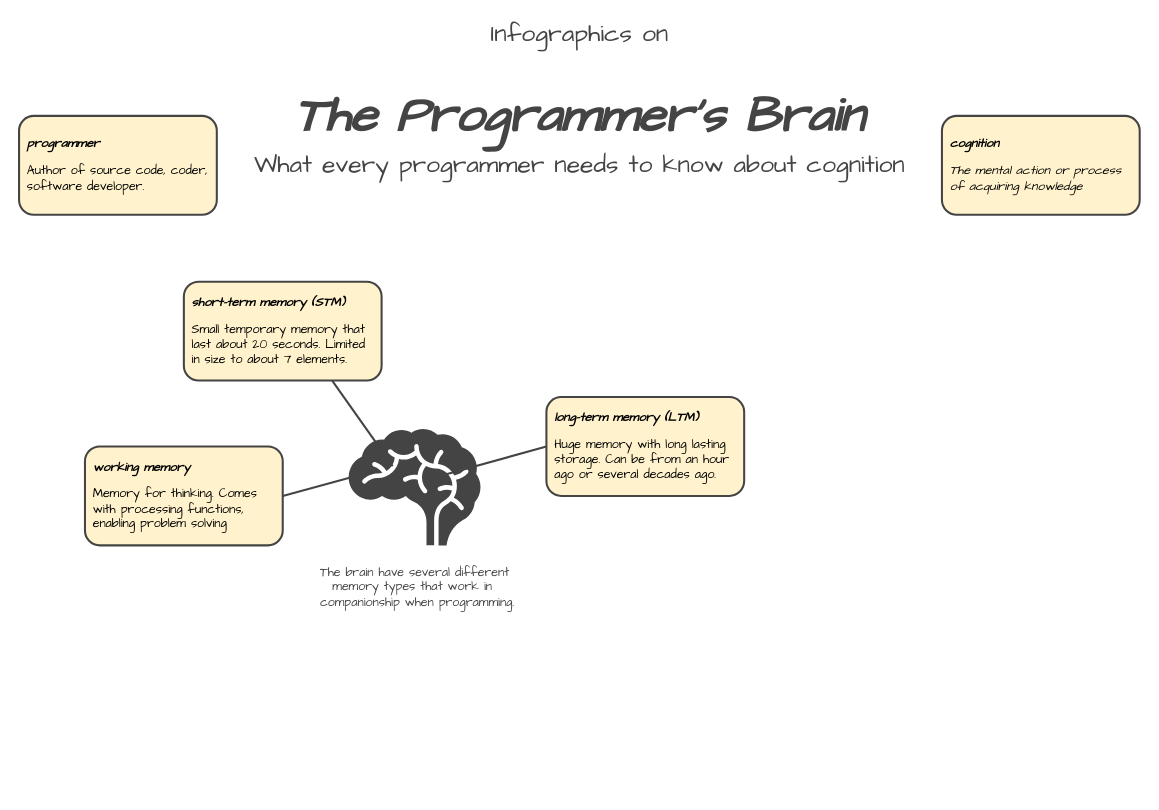
This is the-programmers-brain-info-grahics.drawio from HenrikSamuelsson/reading-the-programmers-brain, a draw.io file, before an edit. Source tidied: cells renumbered, new cells numbered last; positions are measured from the earlier drawing's top-left corner, leaving out a move shared by most shapes. Both pictures are drawn from the tidied source at 103%, with x=0, y=0 at pixel (19, 18).
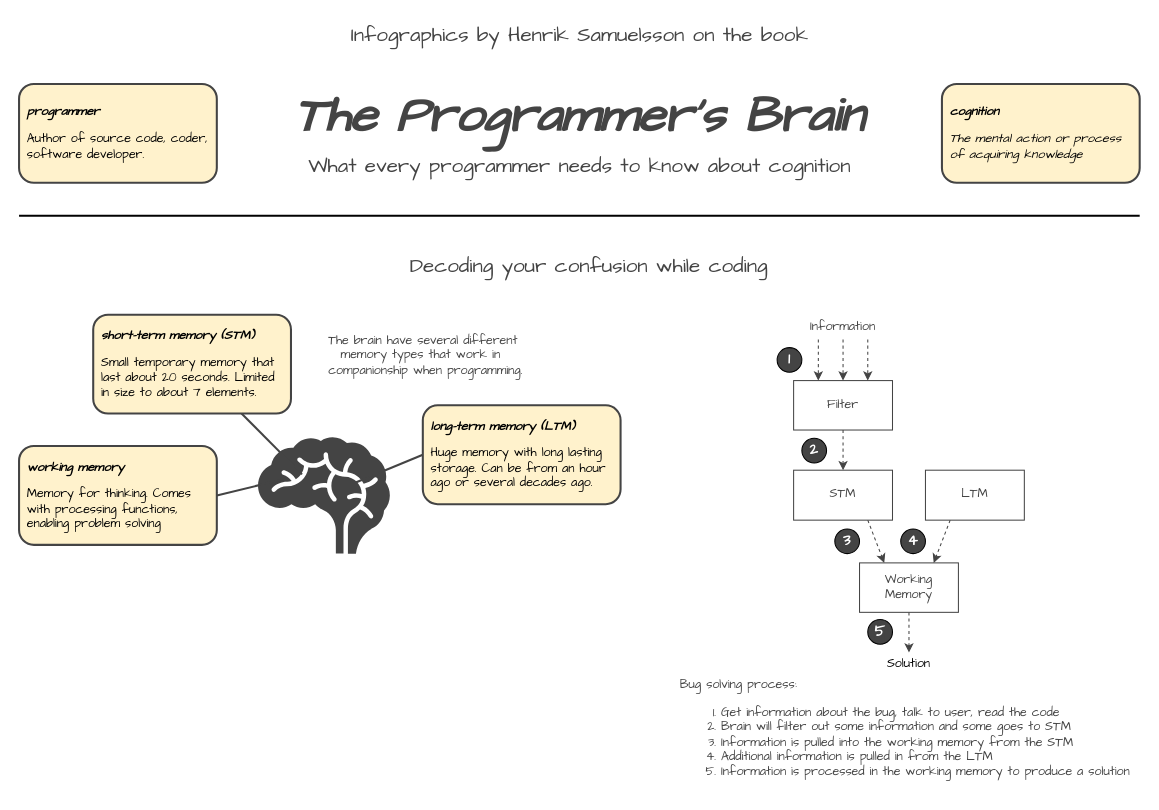
The same diagram, later.

What changed in the source:
```diff
@@
-    <mxCell id="2" value="&lt;span style=&quot;font-style: normal;&quot;&gt;Infographics on&lt;/span&gt;" style="text;html=1;strokeColor=none;fillColor=none;align=center;verticalAlign=middle;rounded=0;labelBackgroundColor=none;fontFamily=Comic Sans MS;fontSize=24;fontColor=#444444;fontStyle=2;" parent="1" vertex="1">
+    <mxCell id="2" value="&lt;span style=&quot;font-style: normal; font-size: 20px;&quot;&gt;Infographics by Henrik Samuelsson on the book&lt;/span&gt;" style="text;html=1;strokeColor=none;fillColor=none;align=center;verticalAlign=middle;rounded=0;labelBackgroundColor=none;fontFamily=Comic Sans MS;fontSize=20;fontColor=#444444;fontStyle=2;" parent="1" vertex="1">
       <mxGeometry width="1088" height="32" as="geometry" />
     </mxCell>
@@
-    <mxCell id="4" value="What every programmer needs to know about cognition" style="text;html=1;strokeColor=none;fillColor=none;align=center;verticalAlign=middle;rounded=0;labelBackgroundColor=none;fontFamily=Comic Sans MS;fontSize=24;fontColor=#444444;fontStyle=0;" parent="1" vertex="1">
+    <mxCell id="4" value="What every programmer needs to know about cognition" style="text;html=1;strokeColor=none;fillColor=none;align=center;verticalAlign=middle;rounded=0;labelBackgroundColor=none;fontFamily=Comic Sans MS;fontSize=20;fontColor=#444444;fontStyle=0;" parent="1" vertex="1">
       <mxGeometry x="224" y="127" width="640" height="32" as="geometry" />
     </mxCell>
     <mxCell id="5" value="&lt;p style=&quot;line-height: 120%;&quot;&gt;&lt;b&gt;&lt;i&gt;programmer&lt;/i&gt;&lt;/b&gt;&lt;/p&gt;&lt;p style=&quot;line-height: 120%;&quot;&gt;Author of source code, coder, software developer.&lt;/p&gt;" style="rounded=1;whiteSpace=wrap;html=1;labelBackgroundColor=none;fontFamily=Comic Sans MS;fontSize=12;strokeColor=#444444;shadow=0;align=left;spacing=8;fillColor=#fff2cc;verticalAlign=middle;strokeWidth=2;" parent="1" vertex="1">
-      <mxGeometry y="95" width="192" height="96" as="geometry" />
+      <mxGeometry y="64" width="192" height="96" as="geometry" />
     </mxCell>
     <mxCell id="6" value="&lt;p style=&quot;line-height: 120%;&quot;&gt;&lt;b&gt;&lt;i&gt;cognition&lt;/i&gt;&lt;/b&gt;&lt;/p&gt;&lt;p style=&quot;line-height: 120%;&quot;&gt;&lt;i&gt;The mental action or process of acquiring knowledge&lt;/i&gt;&lt;/p&gt;" style="rounded=1;whiteSpace=wrap;html=1;labelBackgroundColor=none;fontFamily=Comic Sans MS;fontSize=12;strokeColor=#444444;shadow=0;align=left;spacing=8;fillColor=#fff2cc;verticalAlign=middle;strokeWidth=2;" parent="1" vertex="1">
-      <mxGeometry x="896" y="95" width="192" height="96" as="geometry" />
+      <mxGeometry x="896" y="64" width="192" height="96" as="geometry" />
     </mxCell>
     <mxCell id="7" style="shape=mxgraph.signs.healthcare.brain;html=1;fillColor=#444444;strokeColor=none;verticalLabelPosition=bottom;verticalAlign=top;align=center;fontColor=#CCE5FB;" parent="1" vertex="1">
-      <mxGeometry x="320" y="399" width="128" height="113" as="geometry" />
+      <mxGeometry x="232" y="407" width="128" height="113" as="geometry" />
     </mxCell>
@@
     <mxCell id="9" value="&lt;p style=&quot;line-height: 120%;&quot;&gt;&lt;b&gt;&lt;i&gt;long-term memory (LTM)&lt;/i&gt;&lt;/b&gt;&lt;/p&gt;&lt;p style=&quot;line-height: 120%;&quot;&gt;Huge memory with long lasting storage. Can be from an hour ago or several decades ago.&lt;/p&gt;" style="rounded=1;whiteSpace=wrap;html=1;labelBackgroundColor=none;fontFamily=Comic Sans MS;fontSize=12;strokeColor=#444444;shadow=0;align=left;spacing=8;fillColor=#fff2cc;verticalAlign=middle;strokeWidth=2;" parent="1" vertex="1">
-      <mxGeometry x="512" y="368" width="192" height="96" as="geometry" />
+      <mxGeometry x="392" y="376" width="192" height="96" as="geometry" />
     </mxCell>
@@
     <mxCell id="11" value="&lt;p style=&quot;line-height: 120%;&quot;&gt;&lt;b&gt;&lt;i&gt;short-term memory (STM)&lt;/i&gt;&lt;/b&gt;&lt;/p&gt;&lt;p style=&quot;line-height: 120%;&quot;&gt;Small temporary memory that last about 20 seconds. Limited in size to about 7 elements.&amp;nbsp;&lt;/p&gt;" style="rounded=1;whiteSpace=wrap;html=1;labelBackgroundColor=none;fontFamily=Comic Sans MS;fontSize=12;strokeColor=#444444;shadow=0;align=left;spacing=8;fillColor=#fff2cc;verticalAlign=middle;strokeWidth=2;" parent="1" vertex="1">
-      <mxGeometry x="160" y="256" width="192" height="96" as="geometry" />
+      <mxGeometry x="72" y="288" width="192" height="96" as="geometry" />
     </mxCell>
     <mxCell id="12" style="edgeStyle=none;rounded=0;jettySize=auto;html=1;exitX=1;exitY=0.5;exitDx=0;exitDy=0;strokeColor=#444444;strokeWidth=2;endArrow=none;endFill=0;" parent="1" edge="1" source="13">
       <mxGeometry relative="1" as="geometry">
-        <mxPoint x="344" y="440" as="targetPoint" />
+        <mxPoint x="256" y="448" as="targetPoint" />
       </mxGeometry>
     </mxCell>
     <mxCell id="13" value="&lt;p style=&quot;line-height: 120%;&quot;&gt;&lt;b&gt;&lt;i&gt;working memory&lt;/i&gt;&lt;/b&gt;&lt;/p&gt;&lt;p style=&quot;line-height: 120%;&quot;&gt;Memory for thinking. Comes with processing functions, enabling problem solving&lt;/p&gt;" style="rounded=1;whiteSpace=wrap;html=1;labelBackgroundColor=none;fontFamily=Comic Sans MS;fontSize=12;strokeColor=#444444;shadow=0;align=left;spacing=8;fillColor=#fff2cc;verticalAlign=middle;strokeWidth=2;" parent="1" vertex="1">
-      <mxGeometry x="64" y="416" width="192" height="96" as="geometry" />
+      <mxGeometry y="415.5" width="192" height="96" as="geometry" />
     </mxCell>
     <mxCell id="14" value="&lt;span style=&quot;font-style: normal; font-size: 12px;&quot;&gt;The brain have several different&lt;br&gt;memory types that work in&amp;nbsp;&lt;br&gt;&amp;nbsp;companionship when programming.&lt;/span&gt;" style="text;html=1;strokeColor=none;fillColor=none;align=center;verticalAlign=middle;rounded=0;labelBackgroundColor=none;fontFamily=Comic Sans MS;fontSize=12;fontColor=#444444;fontStyle=2;" parent="1" vertex="1">
-      <mxGeometry x="214" y="530" width="340" height="46" as="geometry" />
+      <mxGeometry x="280" y="304" width="224" height="48" as="geometry" />
     </mxCell>
+    <mxCell id="15" style="endArrow=none;html=1;rounded=0;strokeWidth=2;" parent="1" edge="1">
+      <mxGeometry relative="1" as="geometry">
+        <mxPoint y="192" as="sourcePoint" />
+        <mxPoint x="1088" y="192" as="targetPoint" />
+      </mxGeometry>
+    </mxCell>
+    <mxCell id="16" value="Decoding your confusion while coding" style="text;html=1;strokeColor=none;fillColor=none;align=center;verticalAlign=middle;rounded=0;labelBackgroundColor=none;fontFamily=Comic Sans MS;fontSize=20;fontColor=#444444;fontStyle=0;" parent="1" vertex="1">
+      <mxGeometry x="233" y="224" width="640" height="32" as="geometry" />
+    </mxCell>
+    <mxCell id="17" style="edgeStyle=orthogonalEdgeStyle;rounded=0;jettySize=auto;html=1;exitX=0.5;exitY=1;exitDx=0;exitDy=0;entryX=0.5;entryY=0;entryDx=0;entryDy=0;dashed=1;strokeWidth=1;fontFamily=Comic Sans MS;fontSize=12;endArrow=classic;endFill=1;strokeColor=#444444;" parent="1" edge="1" source="18" target="23">
+      <mxGeometry relative="1" as="geometry" />
+    </mxCell>
+    <mxCell id="18" value="Filter" style="rounded=0;whiteSpace=wrap;html=1;strokeWidth=1;fontFamily=Comic Sans MS;fontSize=12;strokeColor=#444444;fontColor=#444444;" parent="1" vertex="1">
+      <mxGeometry x="752" y="352" width="96" height="48" as="geometry" />
+    </mxCell>
+    <mxCell id="19" style="edgeStyle=orthogonalEdgeStyle;rounded=0;jettySize=auto;html=1;exitX=0.5;exitY=1;exitDx=0;exitDy=0;dashed=1;strokeWidth=1;fontFamily=Comic Sans MS;fontSize=12;endArrow=classic;endFill=1;strokeColor=#444444;" parent="1" edge="1" source="21" target="18">
+      <mxGeometry relative="1" as="geometry" />
+    </mxCell>
+    <mxCell id="20" style="edgeStyle=orthogonalEdgeStyle;rounded=0;jettySize=auto;html=1;exitX=0.25;exitY=1;exitDx=0;exitDy=0;entryX=0.25;entryY=0;entryDx=0;entryDy=0;dashed=1;strokeWidth=1;fontFamily=Comic Sans MS;fontSize=12;endArrow=classic;endFill=1;strokeColor=#444444;" parent="1" edge="1" source="21" target="18">
+      <mxGeometry relative="1" as="geometry" />
+    </mxCell>
+    <mxCell id="21" value="Information" style="rounded=0;whiteSpace=wrap;html=1;strokeWidth=1;fontFamily=Comic Sans MS;fontSize=12;fillColor=none;strokeColor=none;fontColor=#444444;" parent="1" vertex="1">
+      <mxGeometry x="752" y="288" width="96" height="24" as="geometry" />
+    </mxCell>
+    <mxCell id="22" style="rounded=0;jettySize=auto;html=1;exitX=0.75;exitY=1;exitDx=0;exitDy=0;entryX=0.25;entryY=0;entryDx=0;entryDy=0;dashed=1;strokeWidth=1;fontFamily=Comic Sans MS;fontSize=12;endArrow=classic;endFill=1;strokeColor=#444444;" parent="1" edge="1" source="23" target="26">
+      <mxGeometry relative="1" as="geometry" />
+    </mxCell>
+    <mxCell id="23" value="STM" style="rounded=0;whiteSpace=wrap;html=1;strokeWidth=1;fontFamily=Comic Sans MS;fontSize=12;strokeColor=#444444;fontColor=#444444;" parent="1" vertex="1">
+      <mxGeometry x="752" y="439" width="96" height="48.5" as="geometry" />
+    </mxCell>
+    <mxCell id="24" style="endArrow=classic;html=1;rounded=0;strokeWidth=1;fontFamily=Comic Sans MS;fontSize=12;entryX=0.75;entryY=0;entryDx=0;entryDy=0;exitX=0.75;exitY=1;exitDx=0;exitDy=0;endFill=1;dashed=1;strokeColor=#444444;" parent="1" edge="1" source="21" target="18">
+      <mxGeometry relative="1" as="geometry" />
+    </mxCell>
+    <mxCell id="25" style="edgeStyle=none;rounded=0;jettySize=auto;html=1;exitX=0.5;exitY=1;exitDx=0;exitDy=0;entryX=0.5;entryY=0;entryDx=0;entryDy=0;dashed=1;strokeWidth=1;fontFamily=Comic Sans MS;fontSize=12;endArrow=classic;endFill=1;strokeColor=#444444;" parent="1" edge="1" source="26" target="29">
+      <mxGeometry relative="1" as="geometry" />
+    </mxCell>
+    <mxCell id="26" value="Working Memory" style="rounded=0;whiteSpace=wrap;html=1;strokeWidth=1;fontFamily=Comic Sans MS;fontSize=12;strokeColor=#444444;fontColor=#444444;" parent="1" vertex="1">
+      <mxGeometry x="816" y="529" width="96" height="48" as="geometry" />
+    </mxCell>
+    <mxCell id="27" style="edgeStyle=none;rounded=0;jettySize=auto;html=1;exitX=0.25;exitY=1;exitDx=0;exitDy=0;entryX=0.75;entryY=0;entryDx=0;entryDy=0;dashed=1;strokeWidth=1;fontFamily=Comic Sans MS;fontSize=12;endArrow=classic;endFill=1;strokeColor=#444444;" parent="1" edge="1" source="28" target="26">
+      <mxGeometry relative="1" as="geometry" />
+    </mxCell>
+    <mxCell id="28" value="LTM" style="rounded=0;whiteSpace=wrap;html=1;strokeWidth=1;fontFamily=Comic Sans MS;fontSize=12;strokeColor=#444444;fontColor=#444444;" parent="1" vertex="1">
+      <mxGeometry x="880" y="439" width="96" height="48.5" as="geometry" />
+    </mxCell>
+    <mxCell id="29" value="Solution" style="rounded=0;whiteSpace=wrap;html=1;strokeWidth=1;fontFamily=Comic Sans MS;fontSize=12;fillColor=none;strokeColor=none;fontColor=#000000;" parent="1" vertex="1">
+      <mxGeometry x="816" y="616" width="96" height="24" as="geometry" />
+    </mxCell>
+    <mxCell id="30" value="1" style="ellipse;whiteSpace=wrap;html=1;strokeWidth=1;fontFamily=Comic Sans MS;fontSize=14;fillColor=#444444;fontStyle=1;labelBackgroundColor=#444444;fontColor=#FFFFFF;" parent="1" vertex="1">
+      <mxGeometry x="736" y="320" width="24" height="24" as="geometry" />
+    </mxCell>
+    <mxCell id="31" value="2" style="ellipse;whiteSpace=wrap;html=1;strokeWidth=1;fontFamily=Comic Sans MS;fontSize=14;fillColor=#444444;fontStyle=1;labelBackgroundColor=#444444;fontColor=#FFFFFF;" parent="1" vertex="1">
+      <mxGeometry x="760" y="408" width="24" height="24" as="geometry" />
+    </mxCell>
+    <mxCell id="32" value="3" style="ellipse;whiteSpace=wrap;html=1;strokeWidth=1;fontFamily=Comic Sans MS;fontSize=14;fillColor=#444444;fontStyle=1;labelBackgroundColor=#444444;fontColor=#FFFFFF;" parent="1" vertex="1">
+      <mxGeometry x="792" y="496" width="24" height="24" as="geometry" />
+    </mxCell>
+    <mxCell id="33" value="4" style="ellipse;whiteSpace=wrap;html=1;strokeWidth=1;fontFamily=Comic Sans MS;fontSize=14;fillColor=#444444;fontStyle=1;labelBackgroundColor=#444444;fontColor=#FFFFFF;" parent="1" vertex="1">
+      <mxGeometry x="856" y="496" width="24" height="24" as="geometry" />
+    </mxCell>
+    <mxCell id="34" value="5" style="ellipse;whiteSpace=wrap;html=1;strokeWidth=1;fontFamily=Comic Sans MS;fontSize=14;fillColor=#444444;fontStyle=1;labelBackgroundColor=#444444;fontColor=#FFFFFF;" parent="1" vertex="1">
+      <mxGeometry x="824" y="584" width="24" height="24" as="geometry" />
+    </mxCell>
+    <mxCell id="35" value="&lt;span style=&quot;font-style: normal;&quot;&gt;Bug solving process:&lt;br&gt;&lt;ol&gt;&lt;li&gt;&lt;span style=&quot;font-style: normal;&quot;&gt;Get information about the bug, talk to user, read the code&lt;/span&gt;&lt;/li&gt;&lt;li&gt;&lt;span style=&quot;font-style: normal;&quot;&gt;Brain will filter out some information and some goes to STM&lt;/span&gt;&lt;/li&gt;&lt;li&gt;&lt;span style=&quot;font-style: normal;&quot;&gt;Information is pulled into the working memory from the STM&lt;/span&gt;&lt;/li&gt;&lt;li&gt;&lt;span style=&quot;font-style: normal;&quot;&gt;Additional information is pulled in from the LTM&lt;/span&gt;&lt;/li&gt;&lt;li&gt;&lt;span style=&quot;font-style: normal;&quot;&gt;Information is processed in the working memory to produce a solution&lt;/span&gt;&lt;/li&gt;&lt;/ol&gt;&lt;/span&gt;" style="text;html=1;strokeColor=none;fillColor=none;align=left;verticalAlign=middle;rounded=0;labelBackgroundColor=none;fontFamily=Comic Sans MS;fontSize=12;fontColor=#444444;fontStyle=2;" parent="1" vertex="1">
+      <mxGeometry x="640" y="640" width="448" height="112" as="geometry" />
+    </mxCell>
```
